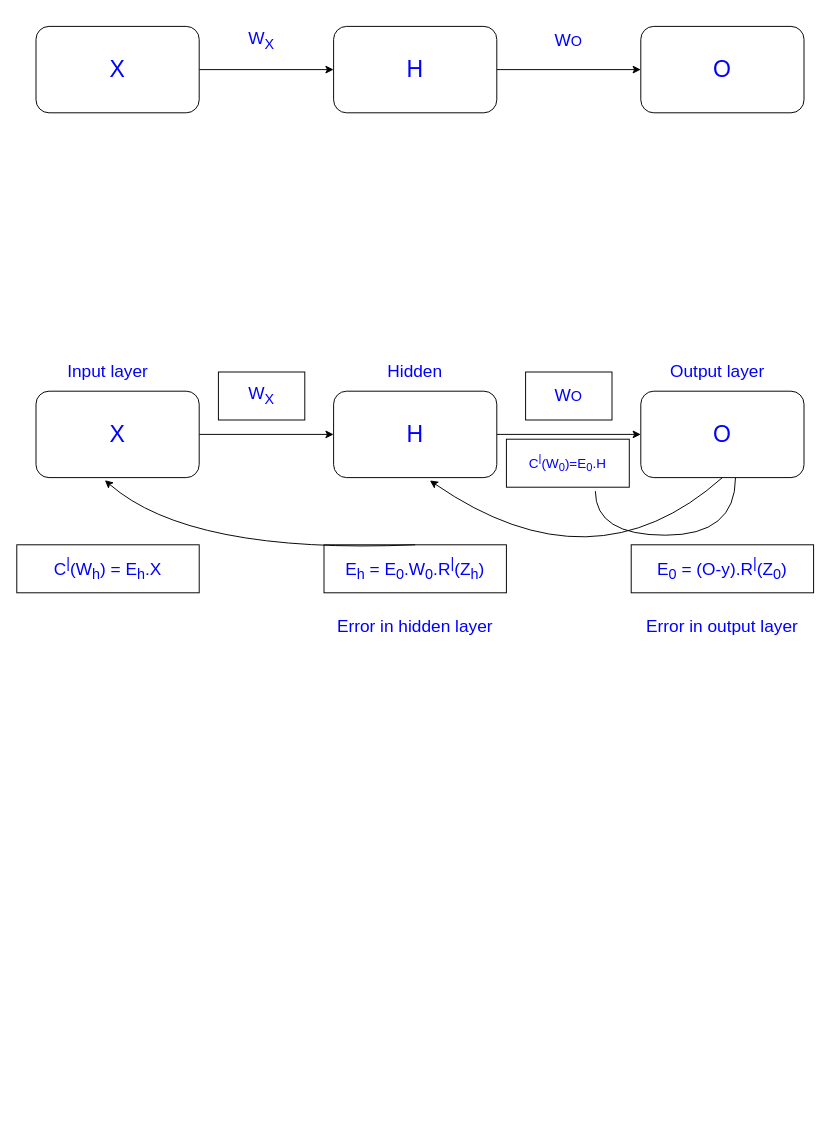
absheriff/charts keeps this draw.io diagram as page "forward propagation" (5 of 6) of Untitled Diagram.drawio. Above is the earlier version. Source tidied: cells renumbered, new cells numbered last; positions are measured from the earlier drawing's top-left corner, leaving out a move shared by most shapes. Both pictures are drawn from the tidied source at 96%, with x=0, y=0 at pixel (16, 16).
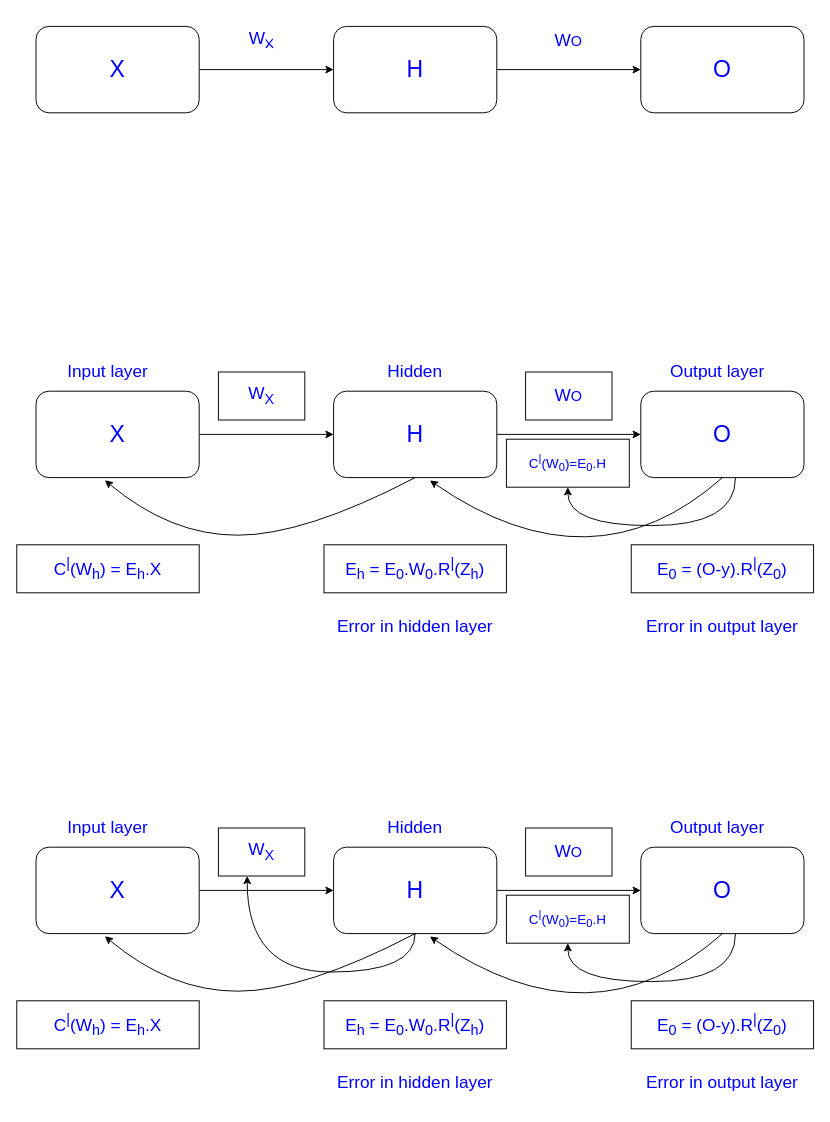
Above is the later version.

The change refers to these unchanged cells:
```xml
<mxCell id="10" value="&lt;font color=&quot;#0000ff&quot; style=&quot;font-size: 24px;&quot;&gt;X&lt;/font&gt;" style="rounded=1;whiteSpace=wrap;html=1;" parent="1" vertex="1">
  <mxGeometry x="20" y="390" width="170" height="90" as="geometry" />
</mxCell>
<mxCell id="12" value="&lt;font color=&quot;#0000ff&quot; style=&quot;font-size: 24px;&quot;&gt;H&lt;/font&gt;" style="rounded=1;whiteSpace=wrap;html=1;" parent="1" vertex="1">
  <mxGeometry x="330" y="390" width="170" height="90" as="geometry" />
</mxCell>
<mxCell id="13" value="&lt;font color=&quot;#0000ff&quot; style=&quot;font-size: 24px;&quot;&gt;O&lt;/font&gt;" style="rounded=1;whiteSpace=wrap;html=1;" parent="1" vertex="1">
  <mxGeometry x="650" y="390" width="170" height="90" as="geometry" />
</mxCell>
<mxCell id="20" value="&lt;font color=&quot;#0000ff&quot;&gt;&lt;span style=&quot;font-size: 18px;&quot;&gt;E&lt;sub&gt;h&lt;/sub&gt; = E&lt;sub&gt;0&lt;/sub&gt;.W&lt;sub&gt;0&lt;/sub&gt;.R&lt;sup&gt;|&lt;/sup&gt;(Z&lt;sub&gt;h&lt;/sub&gt;)&lt;/span&gt;&lt;/font&gt;" style="text;html=1;strokeColor=default;fillColor=none;align=center;verticalAlign=middle;whiteSpace=wrap;rounded=0;glass=0;" parent="1" vertex="1">
  <mxGeometry x="320" y="550" width="190" height="50" as="geometry" />
</mxCell>
<mxCell id="24" value="&lt;font color=&quot;#0000ff&quot;&gt;&lt;span style=&quot;font-size: 14px;&quot;&gt;C&lt;sup&gt;|&lt;/sup&gt;(W&lt;sub&gt;0&lt;/sub&gt;)=E&lt;sub&gt;0&lt;/sub&gt;.H&lt;/span&gt;&lt;/font&gt;" style="text;html=1;strokeColor=default;fillColor=none;align=center;verticalAlign=middle;whiteSpace=wrap;rounded=0;glass=0;" parent="1" vertex="1">
  <mxGeometry x="510" y="440" width="128" height="50" as="geometry" />
</mxCell>
```

Diff of the diagram source:
```diff
@@
-    <mxCell id="7" value="&lt;font color=&quot;#0000ff&quot; style=&quot;font-size: 18px;&quot;&gt;W&lt;sub&gt;X&lt;/sub&gt;&lt;/font&gt;" style="text;html=1;strokeColor=none;fillColor=none;align=center;verticalAlign=middle;whiteSpace=wrap;rounded=0;" parent="1" vertex="1">
+    <mxCell id="7" value="&lt;font color=&quot;#0000ff&quot; style=&quot;font-size: 18px;&quot;&gt;W&lt;sub&gt;&lt;font face=&quot;Comic Sans MS&quot;&gt;X&lt;/font&gt;&lt;/sub&gt;&lt;/font&gt;" style="text;html=1;strokeColor=none;fillColor=none;align=center;verticalAlign=middle;whiteSpace=wrap;rounded=0;" parent="1" vertex="1">
       <mxGeometry x="210" width="90" height="50" as="geometry" />
     </mxCell>
@@
-    <mxCell id="25" style="curved=1;endArrow=classic;html=1;rounded=0;entryX=0.422;entryY=1.03;entryDx=0;entryDy=0;entryPerimeter=0;exitX=0.5;exitY=0;exitDx=0;exitDy=0;" parent="1" edge="1" source="20" target="10">
+    <mxCell id="25" style="curved=1;endArrow=classic;html=1;rounded=0;entryX=0.422;entryY=1.03;entryDx=0;entryDy=0;entryPerimeter=0;exitX=0.5;exitY=1;exitDx=0;exitDy=0;" parent="1" edge="1" source="12" target="10">
       <mxGeometry relative="1" as="geometry">
         <Array as="points">
-          <mxPoint x="180" y="560" />
+          <mxPoint x="300" y="540" />
+          <mxPoint x="160" y="540" />
         </Array>
       </mxGeometry>
     </mxCell>
@@
-    <mxCell id="27" style="endArrow=none;html=1;rounded=0;edgeStyle=orthogonalEdgeStyle;curved=1;entryX=0.58;entryY=1.004;entryDx=0;entryDy=0;entryPerimeter=0;exitX=0.724;exitY=1.083;exitDx=0;exitDy=0;exitPerimeter=0;" parent="1" edge="1" source="24" target="13">
+    <mxCell id="27" style="endArrow=none;html=1;rounded=0;edgeStyle=orthogonalEdgeStyle;curved=1;entryX=0.58;entryY=1.004;entryDx=0;entryDy=0;entryPerimeter=0;exitX=0.5;exitY=1;exitDx=0;exitDy=0;endFill=0;strokeColor=default;startArrow=classic;startFill=1;" parent="1" edge="1" source="24" target="13">
       <mxGeometry relative="1" as="geometry">
         <Array as="points">
-          <mxPoint x="603" y="540" />
-          <mxPoint x="749" y="540" />
+          <mxPoint x="574" y="530" />
+          <mxPoint x="749" y="530" />
         </Array>
       </mxGeometry>
     </mxCell>
+    <mxCell id="28" style="edgeStyle=orthogonalEdgeStyle;rounded=0;jettySize=auto;html=1;exitX=1;exitY=0.5;exitDx=0;exitDy=0;entryX=0;entryY=0.5;entryDx=0;entryDy=0;" parent="1" edge="1" source="29" target="31">
+      <mxGeometry relative="1" as="geometry" />
+    </mxCell>
+    <mxCell id="29" value="&lt;font color=&quot;#0000ff&quot; style=&quot;font-size: 24px;&quot;&gt;X&lt;/font&gt;" style="rounded=1;whiteSpace=wrap;html=1;" parent="1" vertex="1">
+      <mxGeometry x="20" y="865" width="170" height="90" as="geometry" />
+    </mxCell>
+    <mxCell id="30" style="edgeStyle=orthogonalEdgeStyle;rounded=0;jettySize=auto;html=1;exitX=1;exitY=0.5;exitDx=0;exitDy=0;" parent="1" edge="1" source="31" target="32">
+      <mxGeometry relative="1" as="geometry" />
+    </mxCell>
+    <mxCell id="31" value="&lt;font color=&quot;#0000ff&quot; style=&quot;font-size: 24px;&quot;&gt;H&lt;/font&gt;" style="rounded=1;whiteSpace=wrap;html=1;" parent="1" vertex="1">
+      <mxGeometry x="330" y="865" width="170" height="90" as="geometry" />
+    </mxCell>
+    <mxCell id="32" value="&lt;font color=&quot;#0000ff&quot; style=&quot;font-size: 24px;&quot;&gt;O&lt;/font&gt;" style="rounded=1;whiteSpace=wrap;html=1;" parent="1" vertex="1">
+      <mxGeometry x="650" y="865" width="170" height="90" as="geometry" />
+    </mxCell>
+    <mxCell id="33" value="&lt;font color=&quot;#0000ff&quot; style=&quot;font-size: 18px;&quot;&gt;W&lt;sub&gt;X&lt;/sub&gt;&lt;/font&gt;" style="text;html=1;strokeColor=default;fillColor=none;align=center;verticalAlign=middle;whiteSpace=wrap;rounded=0;glass=0;" parent="1" vertex="1">
+      <mxGeometry x="210" y="845" width="90" height="50" as="geometry" />
+    </mxCell>
+    <mxCell id="34" value="&lt;font color=&quot;#0000ff&quot;&gt;&lt;font style=&quot;font-size: 18px;&quot;&gt;W&lt;/font&gt;&lt;font style=&quot;font-size: 15px;&quot;&gt;O&lt;/font&gt;&lt;/font&gt;" style="text;html=1;strokeColor=default;fillColor=none;align=center;verticalAlign=middle;whiteSpace=wrap;rounded=0;" parent="1" vertex="1">
+      <mxGeometry x="530" y="845" width="90" height="50" as="geometry" />
+    </mxCell>
+    <mxCell id="35" value="&lt;font color=&quot;#0000ff&quot;&gt;&lt;span style=&quot;font-size: 18px;&quot;&gt;Input layer&lt;/span&gt;&lt;/font&gt;" style="text;html=1;strokeColor=none;fillColor=none;align=center;verticalAlign=middle;whiteSpace=wrap;rounded=0;glass=0;" parent="1" vertex="1">
+      <mxGeometry x="50" y="820" width="90" height="50" as="geometry" />
+    </mxCell>
+    <mxCell id="36" value="&lt;font color=&quot;#0000ff&quot;&gt;&lt;span style=&quot;font-size: 18px;&quot;&gt;Hidden&lt;/span&gt;&lt;/font&gt;" style="text;html=1;strokeColor=none;fillColor=none;align=center;verticalAlign=middle;whiteSpace=wrap;rounded=0;glass=0;" parent="1" vertex="1">
+      <mxGeometry x="370" y="820" width="90" height="50" as="geometry" />
+    </mxCell>
+    <mxCell id="37" value="&lt;font color=&quot;#0000ff&quot;&gt;&lt;span style=&quot;font-size: 18px;&quot;&gt;Output layer&lt;/span&gt;&lt;/font&gt;" style="text;html=1;strokeColor=none;fillColor=none;align=center;verticalAlign=middle;whiteSpace=wrap;rounded=0;glass=0;" parent="1" vertex="1">
+      <mxGeometry x="670" y="820" width="120" height="50" as="geometry" />
+    </mxCell>
+    <mxCell id="38" value="&lt;font color=&quot;#0000ff&quot;&gt;&lt;span style=&quot;font-size: 18px;&quot;&gt;C&lt;sup&gt;|&lt;/sup&gt;(W&lt;sub&gt;h&lt;/sub&gt;) = E&lt;sub&gt;h&lt;/sub&gt;.X&lt;/span&gt;&lt;/font&gt;" style="text;html=1;strokeColor=default;fillColor=none;align=center;verticalAlign=middle;whiteSpace=wrap;rounded=0;glass=0;" parent="1" vertex="1">
+      <mxGeometry y="1025" width="190" height="50" as="geometry" />
+    </mxCell>
+    <mxCell id="39" value="&lt;font color=&quot;#0000ff&quot;&gt;&lt;span style=&quot;font-size: 18px;&quot;&gt;E&lt;sub&gt;h&lt;/sub&gt; = E&lt;sub&gt;0&lt;/sub&gt;.W&lt;sub&gt;0&lt;/sub&gt;.R&lt;sup&gt;|&lt;/sup&gt;(Z&lt;sub&gt;h&lt;/sub&gt;)&lt;/span&gt;&lt;/font&gt;" style="text;html=1;strokeColor=default;fillColor=none;align=center;verticalAlign=middle;whiteSpace=wrap;rounded=0;glass=0;" parent="1" vertex="1">
+      <mxGeometry x="320" y="1025" width="190" height="50" as="geometry" />
+    </mxCell>
+    <mxCell id="40" value="&lt;font color=&quot;#0000ff&quot;&gt;&lt;span style=&quot;font-size: 18px;&quot;&gt;E&lt;sub&gt;0&lt;/sub&gt; = (O-y).R&lt;sup&gt;|&lt;/sup&gt;(Z&lt;sub&gt;0&lt;/sub&gt;)&lt;/span&gt;&lt;/font&gt;" style="text;html=1;strokeColor=default;fillColor=none;align=center;verticalAlign=middle;whiteSpace=wrap;rounded=0;glass=0;" parent="1" vertex="1">
+      <mxGeometry x="640" y="1025" width="190" height="50" as="geometry" />
+    </mxCell>
+    <mxCell id="41" value="&lt;font color=&quot;#0000ff&quot;&gt;&lt;span style=&quot;font-size: 18px;&quot;&gt;Error in output layer&lt;/span&gt;&lt;/font&gt;" style="text;html=1;strokeColor=none;fillColor=none;align=center;verticalAlign=middle;whiteSpace=wrap;rounded=0;glass=0;" parent="1" vertex="1">
+      <mxGeometry x="650" y="1085" width="170" height="50" as="geometry" />
+    </mxCell>
+    <mxCell id="42" value="&lt;font color=&quot;#0000ff&quot;&gt;&lt;span style=&quot;font-size: 18px;&quot;&gt;Error in hidden layer&lt;/span&gt;&lt;/font&gt;" style="text;html=1;strokeColor=none;fillColor=none;align=center;verticalAlign=middle;whiteSpace=wrap;rounded=0;glass=0;" parent="1" vertex="1">
+      <mxGeometry x="330" y="1085" width="170" height="50" as="geometry" />
+    </mxCell>
+    <mxCell id="43" value="&lt;font color=&quot;#0000ff&quot;&gt;&lt;span style=&quot;font-size: 14px;&quot;&gt;C&lt;sup&gt;|&lt;/sup&gt;(W&lt;sub&gt;0&lt;/sub&gt;)=E&lt;sub&gt;0&lt;/sub&gt;.H&lt;/span&gt;&lt;/font&gt;" style="text;html=1;strokeColor=default;fillColor=none;align=center;verticalAlign=middle;whiteSpace=wrap;rounded=0;glass=0;" parent="1" vertex="1">
+      <mxGeometry x="510" y="915" width="128" height="50" as="geometry" />
+    </mxCell>
+    <mxCell id="44" style="curved=1;endArrow=classic;html=1;rounded=0;entryX=0.422;entryY=1.03;entryDx=0;entryDy=0;entryPerimeter=0;exitX=0.5;exitY=1;exitDx=0;exitDy=0;" parent="1" edge="1" source="31" target="29">
+      <mxGeometry relative="1" as="geometry">
+        <Array as="points">
+          <mxPoint x="300" y="1015" />
+          <mxPoint x="160" y="1015" />
+        </Array>
+      </mxGeometry>
+    </mxCell>
+    <mxCell id="45" style="curved=1;endArrow=classic;html=1;rounded=0;entryX=0.422;entryY=1.03;entryDx=0;entryDy=0;entryPerimeter=0;exitX=0.5;exitY=1;exitDx=0;exitDy=0;" parent="1" edge="1" source="32">
+      <mxGeometry relative="1" as="geometry">
+        <mxPoint x="430.3" y="958" as="targetPoint" />
+        <Array as="points">
+          <mxPoint x="600" y="1075" />
+        </Array>
+      </mxGeometry>
+    </mxCell>
+    <mxCell id="46" style="endArrow=none;html=1;rounded=0;edgeStyle=orthogonalEdgeStyle;curved=1;entryX=0.58;entryY=1.004;entryDx=0;entryDy=0;entryPerimeter=0;exitX=0.5;exitY=1;exitDx=0;exitDy=0;endFill=0;strokeColor=default;startArrow=classic;startFill=1;" parent="1" edge="1" source="43" target="32">
+      <mxGeometry relative="1" as="geometry">
+        <Array as="points">
+          <mxPoint x="574" y="1005" />
+          <mxPoint x="749" y="1005" />
+        </Array>
+      </mxGeometry>
+    </mxCell>
+    <mxCell id="47" style="endArrow=none;html=1;rounded=0;edgeStyle=orthogonalEdgeStyle;curved=1;entryX=0.58;entryY=1.004;entryDx=0;entryDy=0;entryPerimeter=0;endFill=0;strokeColor=default;startArrow=classic;startFill=1;" parent="1" edge="1" source="33">
+      <mxGeometry relative="1" as="geometry">
+        <mxPoint x="415" y="954.6" as="targetPoint" />
+        <Array as="points">
+          <mxPoint x="240" y="995" />
+          <mxPoint x="415" y="995" />
+        </Array>
+      </mxGeometry>
+    </mxCell>
```
